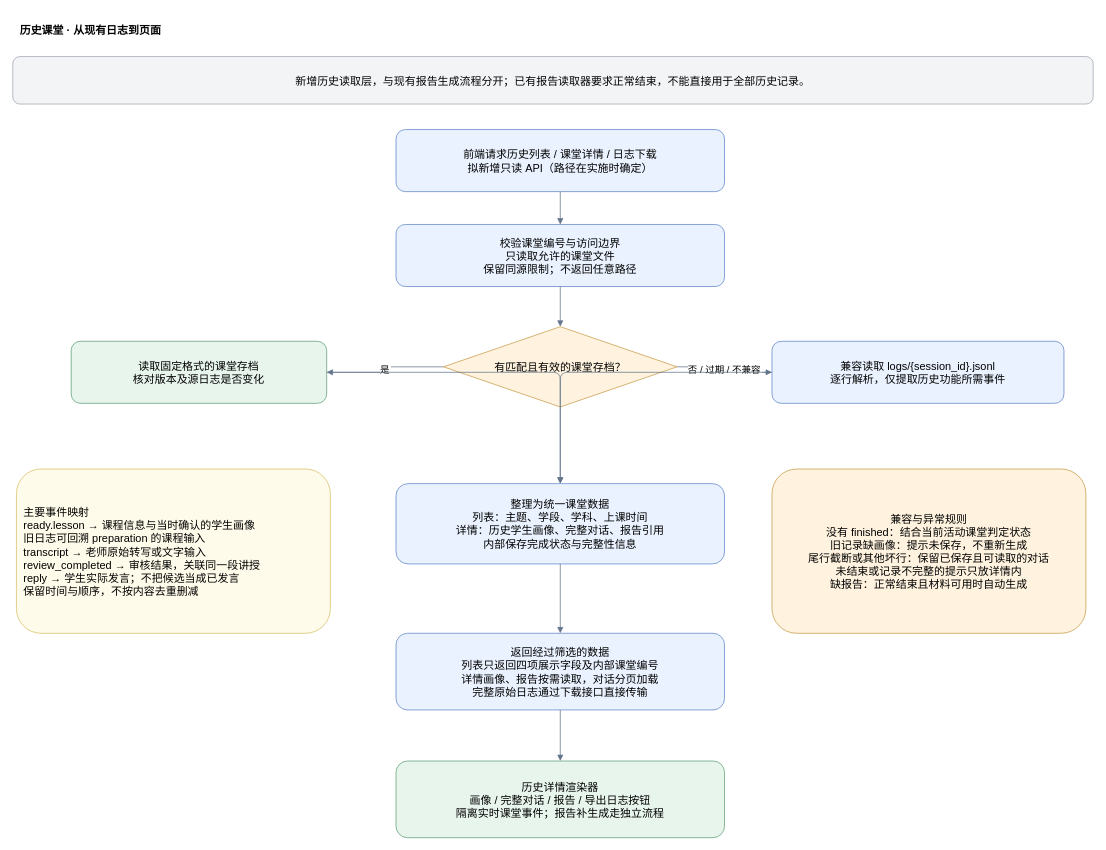
Before: page "02 日志读取与兼容" (2 of 5) of docs/产品流程图/历史课堂功能-实施方案.drawio in Liyang-pai/LearnFromYou, a draw.io diagram. Source tidied: cells renumbered, new cells numbered last; positions are measured from the earlier drawing's top-left corner, leaving out a move shared by most shapes. Both pictures are drawn from the tidied source at 73%, with x=0, y=0 at pixel (12, 12).
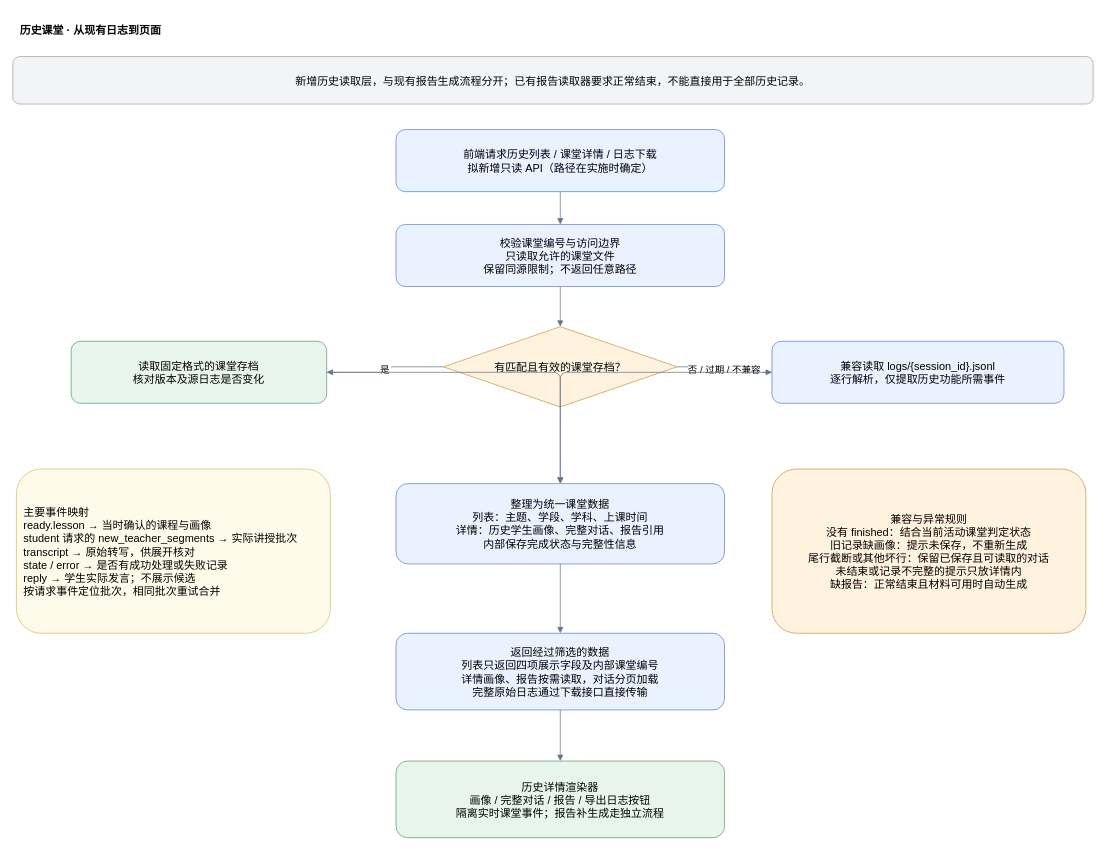
After the change.

Diff of the diagram source:
```diff
@@
-    <mxCell id="10" value="主要事件映射&#10;ready.lesson → 课程信息与当时确认的学生画像&#10;旧日志可回溯 preparation 的课程输入&#10;transcript → 老师原始转写或文字输入&#10;review_completed → 审核结果，关联同一段讲授&#10;reply → 学生实际发言；不把候选当成已发言&#10;保留时间与顺序，不按内容去重删减" style="rounded=1;whiteSpace=wrap;html=0;fillColor=#fffbea;strokeColor=#d6bd62;align=left;spacing=15;fontFamily=Helvetica;fontSize=15;spacing=10;" parent="1" vertex="1">
+    <mxCell id="10" value="主要事件映射&#10;ready.lesson → 当时确认的课程与画像&#10;student 请求的 new_teacher_segments → 实际讲授批次&#10;transcript → 原始转写，供展开核对&#10;state / error → 是否有成功处理或失败记录&#10;reply → 学生实际发言；不展示候选&#10;按请求事件定位批次，相同批次重试合并" style="rounded=1;whiteSpace=wrap;html=0;fillColor=#fffbea;strokeColor=#d6bd62;align=left;spacing=15;fontFamily=Helvetica;fontSize=15;spacing=10;" parent="1" vertex="1">
       <mxGeometry x="5" y="625" width="430" height="225" as="geometry" />
     </mxCell>
```
